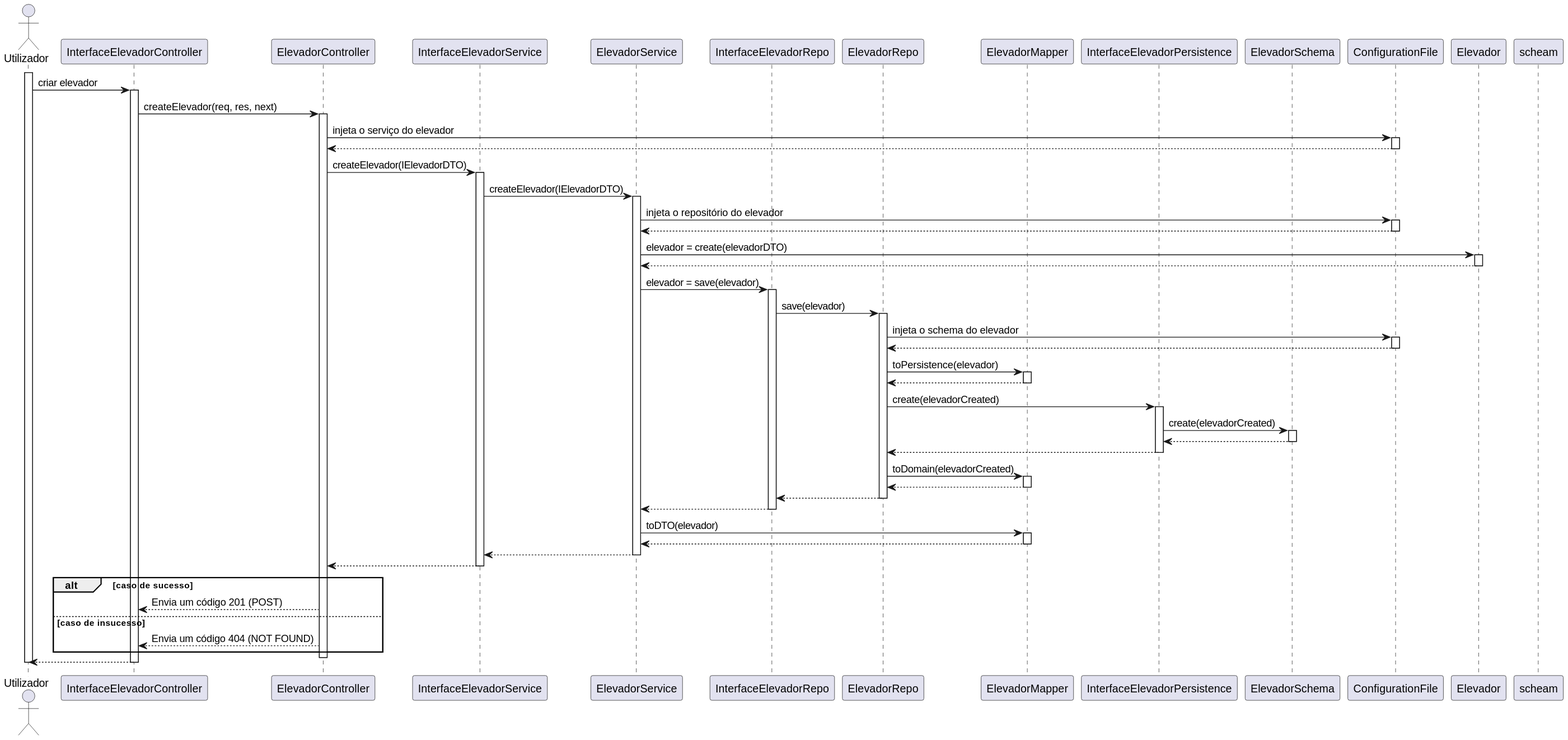
The PlantUML diagram docs/use_cases/UC270/vp270.svg in SlimJesus25/SEM5_PI, before a commit. Source of this version:
```plantuml
@startuml sd

actor Utilizador as u

participant InterfaceElevadorController as ictrl
participant ElevadorController as ctrl
participant InterfaceElevadorService as isvc
participant ElevadorService as svc
participant InterfaceElevadorRepo as irepo
participant ElevadorRepo as repo
participant ElevadorMapper as mapper
participant InterfaceElevadorPersistence as ischema
participant ElevadorSchema as schema
participant ConfigurationFile as conf
participant Elevador as model

activate u
u -> ictrl : criar elevador
activate ictrl
ictrl -> ctrl : createElevador(req, res, next)
activate ctrl
ctrl -> conf : injeta o serviço do elevador
activate conf
conf --> ctrl
deactivate conf
ctrl -> isvc : createElevador(IElevadorDTO)
activate isvc
isvc -> svc : createElevador(IElevadorDTO)
activate svc
svc -> conf : injeta o repositório do elevador
activate conf
conf --> svc
deactivate conf
svc -> model : elevador = create(elevadorDTO)
activate model
model --> svc
deactivate model
svc -> irepo : elevador = save(elevador)
activate irepo
irepo -> repo : save(elevador)
activate repo
repo -> conf : injeta o schema do elevador
activate conf
conf --> repo
deactivate conf
repo -> mapper : toPersistence(elevador)
activate mapper
mapper --> repo
deactivate mapper
repo -> ischema : create(elevadorCreated)
activate ischema
ischema -> schema : create(elevadorCreated)
activate schema
schema --> ischema
deactivate schema
deactivate scheam
ischema --> repo
deactivate ischema
repo -> mapper : toDomain(elevadorCreated)
activate mapper
mapper --> repo
deactivate mapper
repo --> irepo
deactivate repo
irepo --> svc
deactivate irepo
svc -> mapper : toDTO(elevador)
activate mapper
mapper --> svc
deactivate mapper
svc --> isvc
deactivate svc
isvc --> ctrl
deactivate isvc
alt caso de sucesso
    ctrl --> ictrl : Envia um código 201 (POST)
else caso de insucesso
    ctrl --> ictrl : Envia um código 404 (NOT FOUND)
end
deactivate ctrl
ictrl --> u
deactivate ictrl
deactivate u



@enduml
```
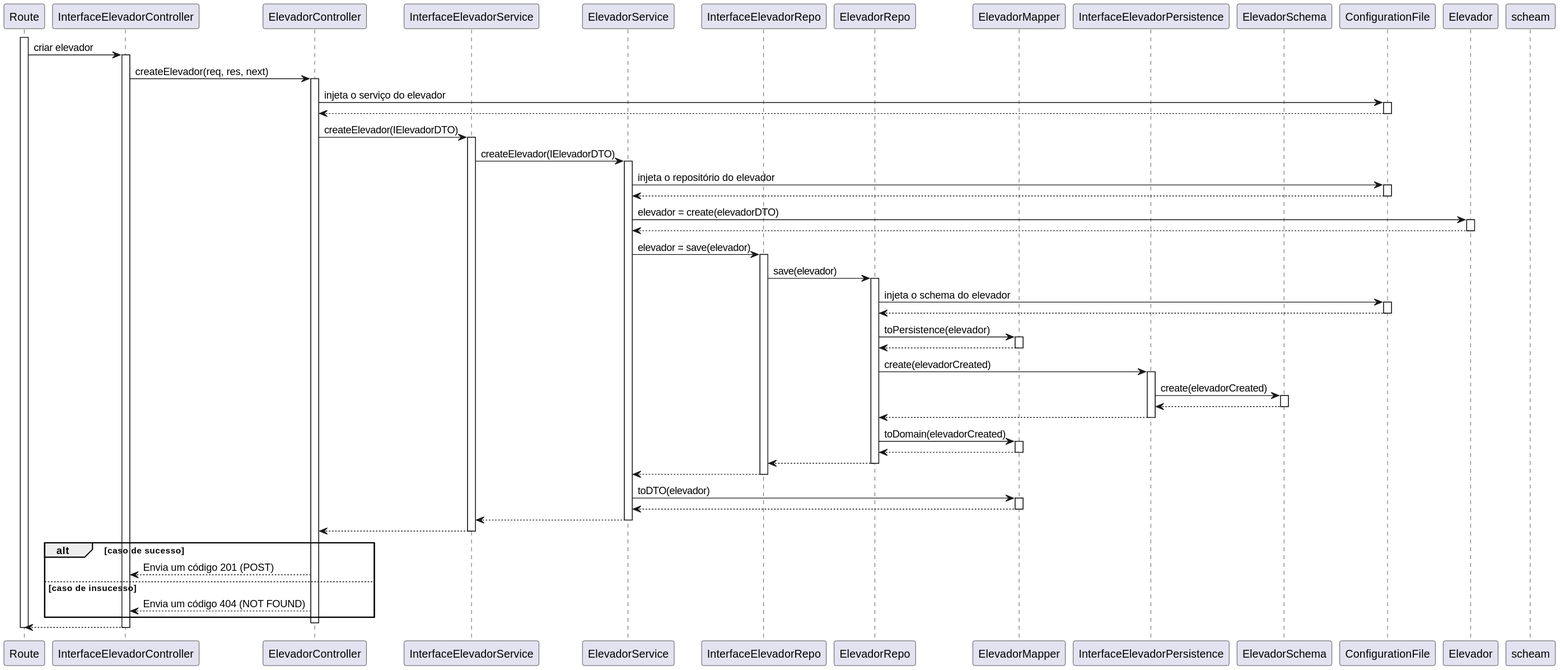
The same diagram one commit later.

Commit message:
Alteração de ponto inicial. De Utilizador para Route. Criar elevador em edifício #12

The edit, as a diff of the source:
```diff
@@ -1,7 +1,6 @@
 @startuml sd
 
-actor Utilizador as u
-
+participant Route as route
 participant InterfaceElevadorController as ictrl
 participant ElevadorController as ctrl
 participant InterfaceElevadorService as isvc
@@ -14,8 +13,8 @@
 participant ConfigurationFile as conf
 participant Elevador as model
 
-activate u
-u -> ictrl : criar elevador
+activate route
+route -> ictrl : criar elevador
 activate ictrl
 ictrl -> ctrl : createElevador(req, res, next)
 activate ctrl
@@ -78,9 +77,9 @@
     ctrl --> ictrl : Envia um código 404 (NOT FOUND)
 end
 deactivate ctrl
-ictrl --> u
+ictrl --> route
 deactivate ictrl
-deactivate u
+deactivate route
 
 
 
```
